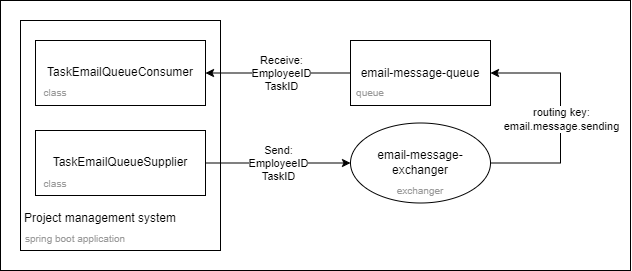
Above: doc/arch/use-case/rabbitMQ.png in PavelNaymovets/project_management_system (draw.io), before the change. Source tidied: cells renumbered, new cells last; positions are measured from the earlier drawing's top-left corner, leaving out a move shared by most shapes. Source of this version:
```xml
<mxGraphModel>
  <root>
    <mxCell id="0" />
    <mxCell id="1" parent="0" />
    <mxCell id="2" style="whiteSpace=wrap;html=1;" parent="1" vertex="1">
      <mxGeometry width="630" height="270" as="geometry" />
    </mxCell>
    <mxCell id="3" style="whiteSpace=wrap;html=1;" parent="1" vertex="1">
      <mxGeometry x="20" y="20" width="200" height="230" as="geometry" />
    </mxCell>
    <mxCell id="4" style="rounded=0;whiteSpace=wrap;html=1;" parent="1" vertex="1">
      <mxGeometry x="35" y="40" width="170" height="65" as="geometry" />
    </mxCell>
    <mxCell id="5" style="rounded=0;whiteSpace=wrap;html=1;" parent="1" vertex="1">
      <mxGeometry x="35" y="130" width="170" height="65" as="geometry" />
    </mxCell>
    <mxCell id="6" value="Project management system" style="text;html=1;strokeColor=none;fillColor=none;align=center;verticalAlign=middle;whiteSpace=wrap;rounded=0;" parent="1" vertex="1">
      <mxGeometry x="20" y="202.5" width="160" height="30" as="geometry" />
    </mxCell>
    <mxCell id="7" value="TaskEmailQueueSupplier" style="text;html=1;strokeColor=none;fillColor=none;align=center;verticalAlign=middle;whiteSpace=wrap;rounded=0;" parent="1" vertex="1">
      <mxGeometry x="90" y="147.5" width="60" height="30" as="geometry" />
    </mxCell>
    <mxCell id="8" value="TaskEmailQueueConsumer" style="text;html=1;strokeColor=none;fillColor=none;align=center;verticalAlign=middle;whiteSpace=wrap;rounded=0;" parent="1" vertex="1">
      <mxGeometry x="90" y="57.5" width="60" height="30" as="geometry" />
    </mxCell>
    <mxCell id="9" value="&lt;font color=&quot;#999999&quot; style=&quot;font-size: 10px;&quot;&gt;class&lt;/font&gt;" style="text;html=1;strokeColor=none;fillColor=none;align=center;verticalAlign=middle;whiteSpace=wrap;rounded=0;" parent="1" vertex="1">
      <mxGeometry x="35" y="170" width="40" height="25" as="geometry" />
    </mxCell>
    <mxCell id="10" value="&lt;font color=&quot;#999999&quot; style=&quot;font-size: 10px;&quot;&gt;class&lt;/font&gt;" style="text;html=1;strokeColor=none;fillColor=none;align=center;verticalAlign=middle;whiteSpace=wrap;rounded=0;" parent="1" vertex="1">
      <mxGeometry x="35" y="80" width="40" height="25" as="geometry" />
    </mxCell>
    <mxCell id="11" style="endArrow=classic;html=1;rounded=0;exitX=1;exitY=0.5;exitDx=0;exitDy=0;entryX=0;entryY=0.5;entryDx=0;entryDy=0;" parent="1" edge="1" source="5" target="14">
      <mxGeometry relative="1" as="geometry" />
    </mxCell>
    <mxCell id="12" value="Send:&lt;br&gt;EmployeeID&lt;br&gt;TaskID" style="edgeLabel;html=1;align=center;verticalAlign=middle;" parent="11" vertex="1">
      <mxGeometry relative="1" as="geometry" />
    </mxCell>
    <mxCell id="13" style="edgeStyle=orthogonalEdgeStyle;rounded=0;jettySize=auto;html=1;exitX=1;exitY=0.5;exitDx=0;exitDy=0;entryX=1;entryY=0.5;entryDx=0;entryDy=0;" parent="1" edge="1" source="14" target="16">
      <mxGeometry relative="1" as="geometry">
        <Array as="points">
          <mxPoint x="560" y="162" />
          <mxPoint x="560" y="72" />
        </Array>
      </mxGeometry>
    </mxCell>
    <mxCell id="14" value="email-message-exchanger" style="ellipse;whiteSpace=wrap;html=1;" parent="1" vertex="1">
      <mxGeometry x="350" y="122.5" width="140" height="80" as="geometry" />
    </mxCell>
    <mxCell id="15" style="edgeStyle=orthogonalEdgeStyle;rounded=0;jettySize=auto;html=1;exitX=0;exitY=0.5;exitDx=0;exitDy=0;entryX=1;entryY=0.5;entryDx=0;entryDy=0;startArrow=none;startFill=0;endArrow=classic;endFill=1;" parent="1" edge="1" source="16" target="4">
      <mxGeometry relative="1" as="geometry" />
    </mxCell>
    <mxCell id="16" value="email-message-queue" style="rounded=0;whiteSpace=wrap;html=1;" parent="1" vertex="1">
      <mxGeometry x="350" y="40" width="140" height="65" as="geometry" />
    </mxCell>
    <mxCell id="17" value="routing key:&lt;br&gt;email.message.sending" style="edgeLabel;html=1;align=center;verticalAlign=middle;" parent="1" vertex="1">
      <mxGeometry x="560" y="118.5" as="geometry" />
    </mxCell>
    <mxCell id="18" value="Receive:&lt;br&gt;EmployeeID&lt;br&gt;TaskID" style="edgeLabel;html=1;align=center;verticalAlign=middle;" parent="1" vertex="1">
      <mxGeometry x="280" y="72.5" as="geometry" />
    </mxCell>
    <mxCell id="19" value="&lt;font color=&quot;#999999&quot; style=&quot;font-size: 10px;&quot;&gt;spring boot application&lt;/font&gt;" style="text;html=1;strokeColor=none;fillColor=none;align=center;verticalAlign=middle;whiteSpace=wrap;rounded=0;" parent="1" vertex="1">
      <mxGeometry x="20" y="225" width="110" height="25" as="geometry" />
    </mxCell>
    <mxCell id="20" value="&lt;font color=&quot;#999999&quot; style=&quot;font-size: 10px;&quot;&gt;exchanger&lt;/font&gt;" style="text;html=1;strokeColor=none;fillColor=none;align=center;verticalAlign=middle;whiteSpace=wrap;rounded=0;" parent="1" vertex="1">
      <mxGeometry x="400" y="177.5" width="40" height="25" as="geometry" />
    </mxCell>
    <mxCell id="21" value="&lt;font color=&quot;#999999&quot; style=&quot;font-size: 10px;&quot;&gt;queue&lt;/font&gt;" style="text;html=1;strokeColor=none;fillColor=none;align=center;verticalAlign=middle;whiteSpace=wrap;rounded=0;" parent="1" vertex="1">
      <mxGeometry x="350" y="80" width="40" height="25" as="geometry" />
    </mxCell>
  </root>
</mxGraphModel>
```
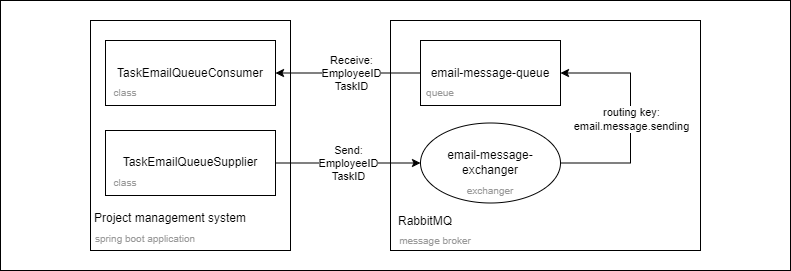
After the commit.

The edit, as a diff of the source:
```diff
@@ -3,8 +3,17 @@
     <mxCell id="0" />
     <mxCell id="1" parent="0" />
     <mxCell id="2" style="whiteSpace=wrap;html=1;" parent="1" vertex="1">
-      <mxGeometry width="630" height="270" as="geometry" />
+      <mxGeometry x="-70" width="790" height="270" as="geometry" />
     </mxCell>
+    <mxCell id="22" style="whiteSpace=wrap;html=1;" parent="1" vertex="1">
+      <mxGeometry x="320" y="20" width="310" height="230" as="geometry" />
+    </mxCell>
+    <mxCell id="23" value="RabbitMQ" style="text;html=1;strokeColor=none;fillColor=none;align=center;verticalAlign=middle;whiteSpace=wrap;rounded=0;" parent="1" vertex="1">
+      <mxGeometry x="320" y="210" width="70" height="22.5" as="geometry" />
+    </mxCell>
+    <mxCell id="24" value="&lt;font color=&quot;#999999&quot; style=&quot;font-size: 10px;&quot;&gt;message broker&lt;/font&gt;" style="text;html=1;strokeColor=none;fillColor=none;align=center;verticalAlign=middle;whiteSpace=wrap;rounded=0;" parent="1" vertex="1">
+      <mxGeometry x="320" y="230" width="90" height="20" as="geometry" />
+    </mxCell>
     <mxCell id="3" style="whiteSpace=wrap;html=1;" parent="1" vertex="1">
       <mxGeometry x="20" y="20" width="200" height="230" as="geometry" />
     </mxCell>
```
